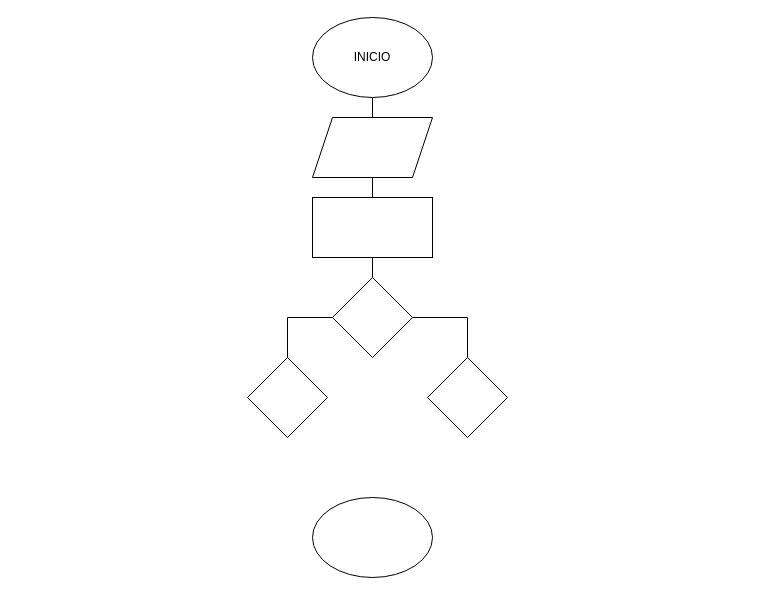
stebancarrenoaraque/taller_condicionales keeps this draw.io diagram as ejercicio 5/diagrama.drawio. Above is the earlier version. Source tidied: cells renumbered, new cells numbered last; positions are measured from the earlier drawing's top-left corner, leaving out a move shared by most shapes. Both pictures are drawn from the tidied source at 100%, with x=0, y=0 at pixel (247, 17).
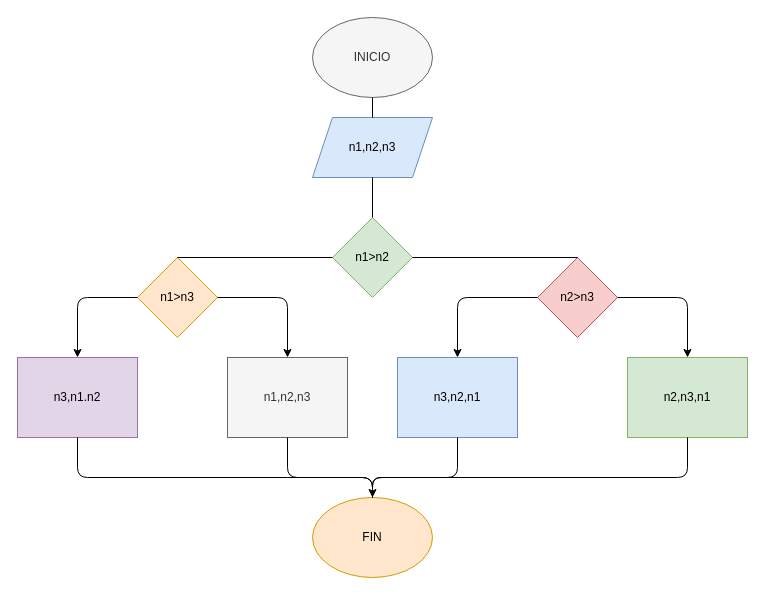
After the change.

The edit, as a diff of the source:
```diff
@@
-    <mxCell id="2" value="INICIO" style="ellipse;whiteSpace=wrap;html=1;" parent="1" vertex="1">
+    <mxCell id="2" value="INICIO" style="ellipse;whiteSpace=wrap;html=1;fillColor=#f5f5f5;fontColor=#333333;strokeColor=#666666;" parent="1" vertex="1">
       <mxGeometry x="65" width="120" height="80" as="geometry" />
     </mxCell>
-    <mxCell id="3" style="shape=parallelogram;perimeter=parallelogramPerimeter;whiteSpace=wrap;html=1;fixedSize=1;" parent="1" vertex="1">
+    <mxCell id="3" value="n1,n2,n3" style="shape=parallelogram;perimeter=parallelogramPerimeter;whiteSpace=wrap;html=1;fixedSize=1;fillColor=#dae8fc;strokeColor=#6c8ebf;" parent="1" vertex="1">
       <mxGeometry x="65" y="100" width="120" height="60" as="geometry" />
     </mxCell>
-    <mxCell id="4" style="rounded=0;whiteSpace=wrap;html=1;" parent="1" vertex="1">
-      <mxGeometry x="65" y="180" width="120" height="60" as="geometry" />
-    </mxCell>
-    <mxCell id="5" style="rhombus;whiteSpace=wrap;html=1;" parent="1" vertex="1">
-      <mxGeometry x="85" y="260" width="80" height="80" as="geometry" />
+    <mxCell id="5" value="n1&amp;gt;n2" style="rhombus;whiteSpace=wrap;html=1;fillColor=#d5e8d4;strokeColor=#82b366;" parent="1" vertex="1">
+      <mxGeometry x="85" y="200" width="80" height="80" as="geometry" />
     </mxCell>
-    <mxCell id="6" style="rhombus;whiteSpace=wrap;html=1;" parent="1" vertex="1">
-      <mxGeometry x="180" y="340" width="80" height="80" as="geometry" />
+    <mxCell id="6" value="n2&amp;gt;n3" style="rhombus;whiteSpace=wrap;html=1;fillColor=#f8cecc;strokeColor=#b85450;" parent="1" vertex="1">
+      <mxGeometry x="290" y="240" width="80" height="80" as="geometry" />
     </mxCell>
-    <mxCell id="7" style="rhombus;whiteSpace=wrap;html=1;" parent="1" vertex="1">
-      <mxGeometry y="340" width="80" height="80" as="geometry" />
+    <mxCell id="7" value="n1&amp;gt;n3" style="rhombus;whiteSpace=wrap;html=1;fillColor=#ffe6cc;strokeColor=#d79b00;" parent="1" vertex="1">
+      <mxGeometry x="-110" y="240" width="80" height="80" as="geometry" />
     </mxCell>
@@
-    <mxCell id="9" style="endArrow=none;html=1;entryX=0.5;entryY=1;entryDx=0;entryDy=0;exitX=0.5;exitY=0;exitDx=0;exitDy=0;" parent="1" edge="1" source="4" target="3">
+    <mxCell id="9" style="endArrow=none;html=1;entryX=0.5;entryY=1;entryDx=0;entryDy=0;exitX=0.5;exitY=0;exitDx=0;exitDy=0;" parent="1" edge="1" source="5" target="3">
       <mxGeometry relative="1" as="geometry" />
     </mxCell>
-    <mxCell id="10" style="endArrow=none;html=1;entryX=0.5;entryY=1;entryDx=0;entryDy=0;exitX=0.5;exitY=0;exitDx=0;exitDy=0;" parent="1" edge="1" source="5" target="4">
-      <mxGeometry relative="1" as="geometry" />
-    </mxCell>
-    <mxCell id="11" style="endArrow=none;html=1;entryX=0;entryY=0.5;entryDx=0;entryDy=0;" parent="1" edge="1" target="5">
-      <mxGeometry relative="1" as="geometry">
-        <mxPoint x="40" y="300" as="sourcePoint" />
-      </mxGeometry>
-    </mxCell>
-    <mxCell id="12" style="endArrow=none;html=1;entryX=1;entryY=0.5;entryDx=0;entryDy=0;" parent="1" edge="1" target="5">
-      <mxGeometry relative="1" as="geometry">
-        <mxPoint x="220" y="300" as="sourcePoint" />
-      </mxGeometry>
+    <mxCell id="12" style="endArrow=none;html=1;entryX=1;entryY=0.5;entryDx=0;entryDy=0;exitX=0.5;exitY=0;exitDx=0;exitDy=0;" parent="1" edge="1" source="6" target="5">
+      <mxGeometry relative="1" as="geometry" />
     </mxCell>
-    <mxCell id="13" style="endArrow=none;html=1;exitX=0.5;exitY=0;exitDx=0;exitDy=0;" parent="1" edge="1" source="6">
-      <mxGeometry relative="1" as="geometry">
-        <mxPoint x="220" y="300" as="targetPoint" />
-      </mxGeometry>
-    </mxCell>
-    <mxCell id="14" style="endArrow=none;html=1;exitX=0.5;exitY=0;exitDx=0;exitDy=0;" parent="1" edge="1" source="7">
-      <mxGeometry relative="1" as="geometry">
-        <mxPoint x="40" y="300" as="targetPoint" />
-      </mxGeometry>
+    <mxCell id="14" style="endArrow=none;html=1;exitX=0.5;exitY=0;exitDx=0;exitDy=0;entryX=0;entryY=0.5;entryDx=0;entryDy=0;" parent="1" edge="1" source="7" target="5">
+      <mxGeometry relative="1" as="geometry" />
     </mxCell>
-    <mxCell id="15" style="ellipse;whiteSpace=wrap;html=1;" parent="1" vertex="1">
+    <mxCell id="15" value="FIN" style="ellipse;whiteSpace=wrap;html=1;fillColor=#ffe6cc;strokeColor=#d79b00;" parent="1" vertex="1">
       <mxGeometry x="65" y="480" width="120" height="80" as="geometry" />
     </mxCell>
+    <mxCell id="16" value="n1,n2,n3" style="shape=label;whiteSpace=wrap;html=1;boundedLbl=1;fillColor=#f5f5f5;fontColor=#333333;strokeColor=#666666;rounded=0;" parent="1" vertex="1">
+      <mxGeometry x="-20" y="340" width="120" height="80" as="geometry" />
+    </mxCell>
+    <mxCell id="17" value="n3,n2,n1" style="shape=label;whiteSpace=wrap;html=1;boundedLbl=1;fillColor=#dae8fc;strokeColor=#6c8ebf;rounded=0;" parent="1" vertex="1">
+      <mxGeometry x="150" y="340" width="120" height="80" as="geometry" />
+    </mxCell>
+    <mxCell id="18" value="n3,n1.n2" style="shape=label;whiteSpace=wrap;html=1;boundedLbl=1;fillColor=#e1d5e7;strokeColor=#9673a6;rounded=0;" parent="1" vertex="1">
+      <mxGeometry x="-230" y="340" width="120" height="80" as="geometry" />
+    </mxCell>
+    <mxCell id="19" value="n2,n3,n1" style="shape=label;whiteSpace=wrap;html=1;boundedLbl=1;fillColor=#d5e8d4;strokeColor=#82b366;rounded=0;" parent="1" vertex="1">
+      <mxGeometry x="380" y="340" width="120" height="80" as="geometry" />
+    </mxCell>
+    <mxCell id="20" style="endArrow=classic;html=1;exitX=1;exitY=0.5;exitDx=0;exitDy=0;entryX=0.5;entryY=0;entryDx=0;entryDy=0;" parent="1" edge="1" source="7" target="16">
+      <mxGeometry relative="1" as="geometry">
+        <Array as="points">
+          <mxPoint x="40" y="280" />
+        </Array>
+      </mxGeometry>
+    </mxCell>
+    <mxCell id="21" style="endArrow=classic;html=1;entryX=0.5;entryY=0;entryDx=0;entryDy=0;exitX=0;exitY=0.5;exitDx=0;exitDy=0;" parent="1" edge="1" source="7" target="18">
+      <mxGeometry relative="1" as="geometry">
+        <Array as="points">
+          <mxPoint x="-170" y="280" />
+        </Array>
+      </mxGeometry>
+    </mxCell>
+    <mxCell id="22" style="endArrow=classic;html=1;entryX=0.5;entryY=0;entryDx=0;entryDy=0;exitX=0;exitY=0.5;exitDx=0;exitDy=0;" parent="1" edge="1" source="6" target="17">
+      <mxGeometry relative="1" as="geometry">
+        <Array as="points">
+          <mxPoint x="210" y="280" />
+        </Array>
+      </mxGeometry>
+    </mxCell>
+    <mxCell id="23" style="endArrow=classic;html=1;entryX=0.5;entryY=0;entryDx=0;entryDy=0;exitX=1;exitY=0.5;exitDx=0;exitDy=0;" parent="1" edge="1" source="6" target="19">
+      <mxGeometry relative="1" as="geometry">
+        <Array as="points">
+          <mxPoint x="440" y="280" />
+        </Array>
+      </mxGeometry>
+    </mxCell>
+    <mxCell id="24" style="endArrow=classic;html=1;entryX=0.5;entryY=0;entryDx=0;entryDy=0;" parent="1" edge="1" target="15">
+      <mxGeometry relative="1" as="geometry">
+        <mxPoint x="440" y="420" as="sourcePoint" />
+        <Array as="points">
+          <mxPoint x="440" y="460" />
+          <mxPoint x="125" y="460" />
+        </Array>
+      </mxGeometry>
+    </mxCell>
+    <mxCell id="25" style="endArrow=none;html=1;exitX=0.5;exitY=0;exitDx=0;exitDy=0;" parent="1" edge="1" source="15">
+      <mxGeometry relative="1" as="geometry">
+        <mxPoint x="210" y="420" as="targetPoint" />
+        <Array as="points">
+          <mxPoint x="125" y="460" />
+          <mxPoint x="140" y="460" />
+          <mxPoint x="210" y="460" />
+        </Array>
+      </mxGeometry>
+    </mxCell>
+    <mxCell id="26" style="endArrow=none;html=1;exitX=0.5;exitY=0;exitDx=0;exitDy=0;" parent="1" edge="1" source="15">
+      <mxGeometry relative="1" as="geometry">
+        <mxPoint x="40" y="420" as="targetPoint" />
+        <Array as="points">
+          <mxPoint x="125" y="460" />
+          <mxPoint x="40" y="460" />
+        </Array>
+      </mxGeometry>
+    </mxCell>
+    <mxCell id="27" style="endArrow=none;html=1;exitX=0.5;exitY=0;exitDx=0;exitDy=0;" parent="1" edge="1" source="15">
+      <mxGeometry relative="1" as="geometry">
+        <mxPoint x="-170" y="420" as="targetPoint" />
+        <Array as="points">
+          <mxPoint x="125" y="460" />
+          <mxPoint x="50" y="460" />
+          <mxPoint x="-170" y="460" />
+        </Array>
+      </mxGeometry>
+    </mxCell>
```
